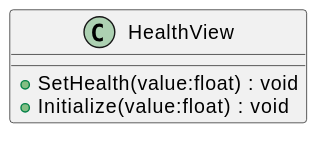
This is plantuml/out/Player/HealthView.svg from asterisk-cn/RougueShooter, a PlantUML export, as it was before one commit.
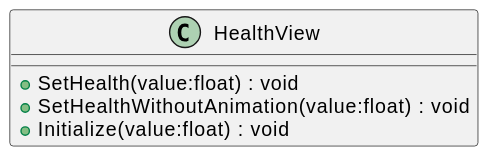
The same diagram one commit later.

Diff of the diagram source:
```diff
@@ -1,6 +1,7 @@
 @startuml
 class HealthView {
     + SetHealth(value:float) : void
+    + SetHealthWithoutAnimation(value:float) : void
     + Initialize(value:float) : void
 }
 @enduml
```
